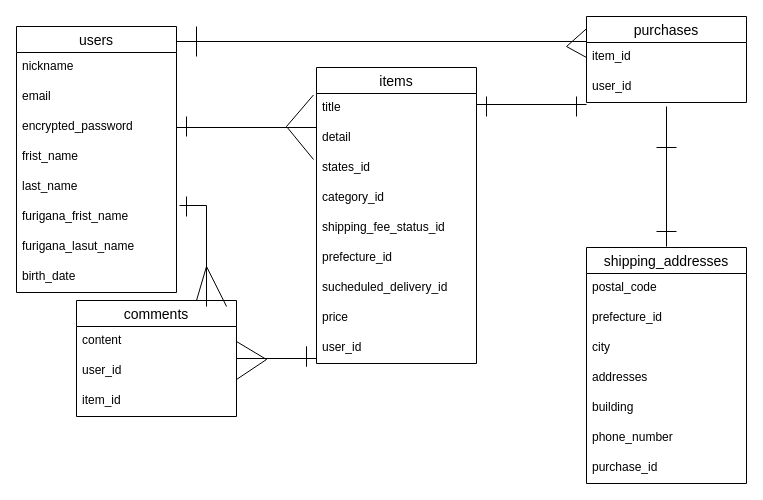
kumaboie/furima-41372 keeps this draw.io diagram as test.dio. Above is the earlier version. Source tidied: cells renumbered, new cells numbered last; positions are measured from the earlier drawing's top-left corner, leaving out a move shared by most shapes. Both pictures are drawn from the tidied source at 100%, with x=0, y=0 at pixel (16, 16).
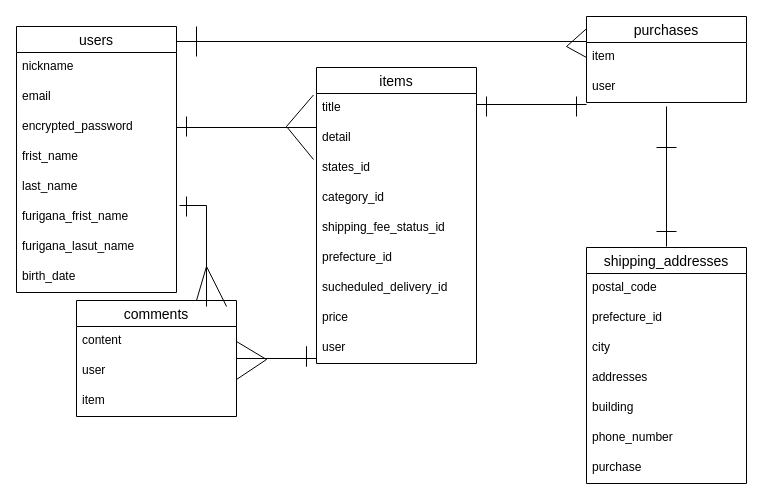
The same page after the edit.

Commit message:
外部キーカラムの「_id」の削除

Unchanged cells that the change refers to:
```xml
<mxCell id="11" value="items" style="swimlane;fontStyle=0;horizontal=1;startSize=26;align=center;fontSize=14;" parent="1" vertex="1">
  <mxGeometry x="300" y="51" width="160" height="296" as="geometry" />
</mxCell>
<mxCell id="22" value="purchases" style="swimlane;fontStyle=0;horizontal=1;startSize=26;align=center;fontSize=14;" parent="1" vertex="1">
  <mxGeometry x="570" width="160" height="86" as="geometry" />
</mxCell>
<mxCell id="26" value="shipping_addresses" style="swimlane;fontStyle=0;horizontal=1;startSize=26;align=center;fontSize=14;" parent="1" vertex="1">
  <mxGeometry x="570" y="231" width="160" height="236" as="geometry" />
</mxCell>
<mxCell id="35" value="comments" style="swimlane;fontStyle=0;horizontal=1;startSize=26;align=center;fontSize=14;" parent="1" vertex="1">
  <mxGeometry x="60" y="284" width="160" height="116" as="geometry" />
</mxCell>
```

Diff of the diagram source:
```diff
@@
-    <mxCell id="20" value="user_id" style="text;strokeColor=none;fillColor=none;spacingLeft=4;spacingRight=4;overflow=hidden;fontSize=12;" parent="11" vertex="1">
+    <mxCell id="20" value="user" style="text;strokeColor=none;fillColor=none;spacingLeft=4;spacingRight=4;overflow=hidden;fontSize=12;" parent="11" vertex="1">
       <mxGeometry y="266" width="160" height="30" as="geometry" />
     </mxCell>
@@
-    <mxCell id="23" value="item_id" style="text;strokeColor=none;fillColor=none;spacingLeft=4;spacingRight=4;overflow=hidden;points=[[0,0.5],[1,0.5]];portConstraint=eastwest;fontSize=12;" parent="22" vertex="1">
+    <mxCell id="23" value="item" style="text;strokeColor=none;fillColor=none;spacingLeft=4;spacingRight=4;overflow=hidden;points=[[0,0.5],[1,0.5]];portConstraint=eastwest;fontSize=12;" parent="22" vertex="1">
       <mxGeometry y="26" width="160" height="30" as="geometry" />
     </mxCell>
-    <mxCell id="24" value="user_id" style="text;strokeColor=none;fillColor=none;spacingLeft=4;spacingRight=4;overflow=hidden;points=[[0,0.5],[1,0.5]];portConstraint=eastwest;fontSize=12;" parent="22" vertex="1">
+    <mxCell id="24" value="user" style="text;strokeColor=none;fillColor=none;spacingLeft=4;spacingRight=4;overflow=hidden;points=[[0,0.5],[1,0.5]];portConstraint=eastwest;fontSize=12;" parent="22" vertex="1">
       <mxGeometry y="56" width="160" height="30" as="geometry" />
     </mxCell>
@@
-    <mxCell id="33" value="purchase_id" style="text;strokeColor=none;fillColor=none;spacingLeft=4;spacingRight=4;overflow=hidden;fontSize=12;" parent="26" vertex="1">
+    <mxCell id="33" value="purchase" style="text;strokeColor=none;fillColor=none;spacingLeft=4;spacingRight=4;overflow=hidden;fontSize=12;" parent="26" vertex="1">
       <mxGeometry y="206" width="160" height="30" as="geometry" />
     </mxCell>
@@
-    <mxCell id="37" value="user_id" style="text;strokeColor=none;fillColor=none;spacingLeft=4;spacingRight=4;overflow=hidden;fontSize=12;" parent="35" vertex="1">
+    <mxCell id="37" value="user" style="text;strokeColor=none;fillColor=none;spacingLeft=4;spacingRight=4;overflow=hidden;fontSize=12;" parent="35" vertex="1">
       <mxGeometry y="56" width="160" height="30" as="geometry" />
     </mxCell>
-    <mxCell id="38" value="item_id" style="text;strokeColor=none;fillColor=none;spacingLeft=4;spacingRight=4;overflow=hidden;fontSize=12;" parent="35" vertex="1">
+    <mxCell id="38" value="item" style="text;strokeColor=none;fillColor=none;spacingLeft=4;spacingRight=4;overflow=hidden;fontSize=12;" parent="35" vertex="1">
       <mxGeometry y="86" width="160" height="30" as="geometry" />
     </mxCell>
```
